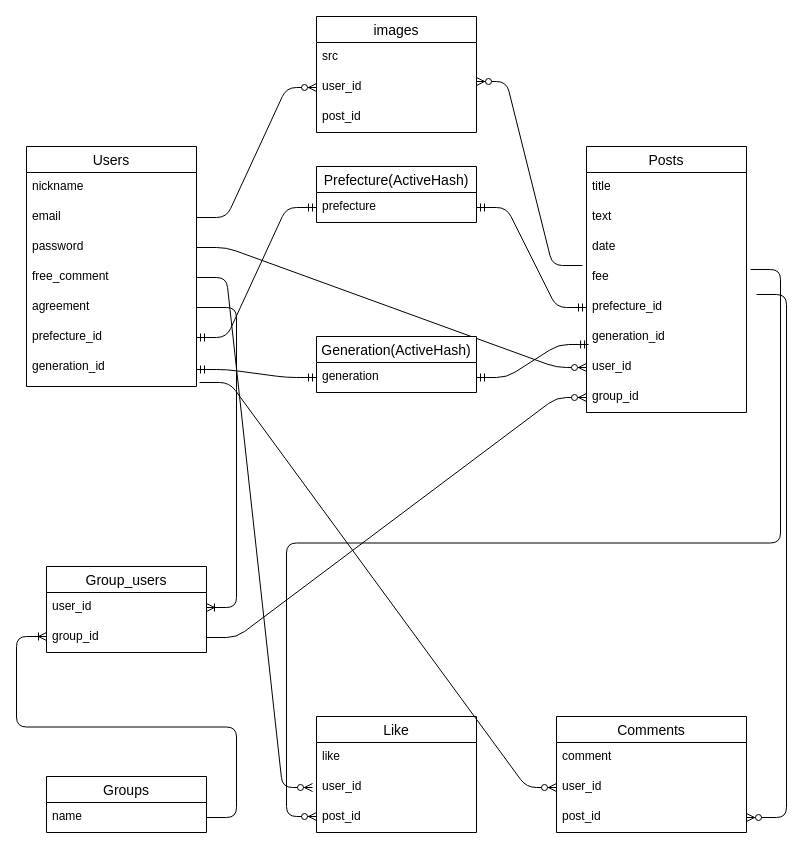
Shun-Hoso/jimokara_app keeps this draw.io diagram as er-drowing.dio. Above is the earlier version. Source tidied: cells renumbered, new cells numbered last; positions are measured from the earlier drawing's top-left corner, leaving out a move shared by most shapes. Both pictures are drawn from the tidied source at 100%, with x=0, y=0 at pixel (26, 16).
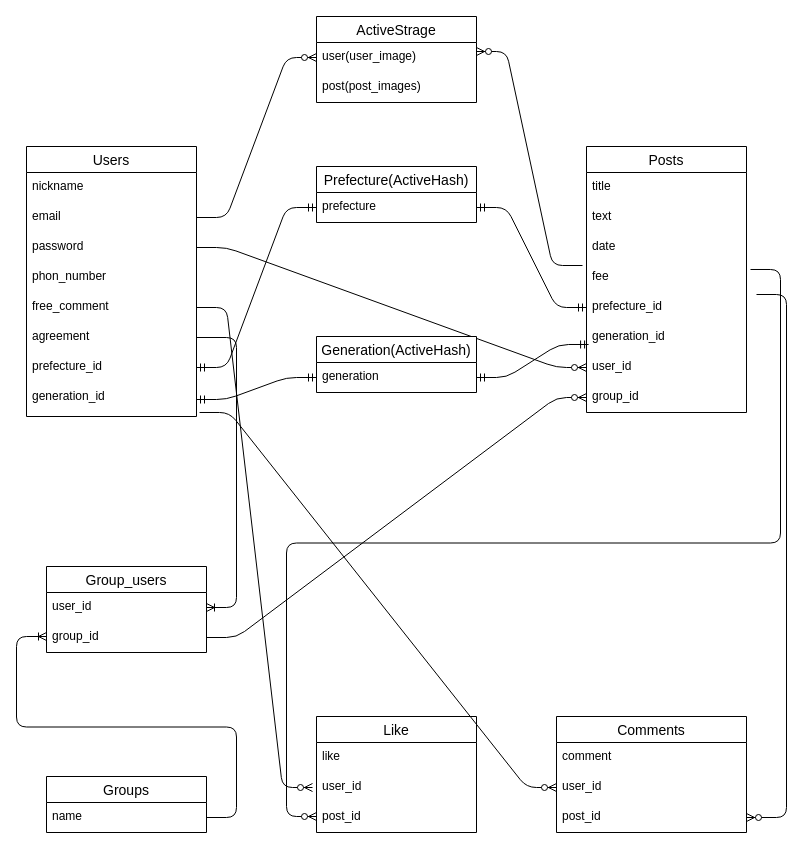
After the change.

Change to the diagram source:
```diff
@@
     <mxCell id="2" value="Users" style="swimlane;fontStyle=0;horizontal=1;startSize=26;align=center;fontSize=14;" parent="1" vertex="1">
-      <mxGeometry y="130" width="170" height="240" as="geometry" />
+      <mxGeometry y="130" width="170" height="270" as="geometry" />
     </mxCell>
@@
+    <mxCell id="54" value="phon_number&#10;" style="text;strokeColor=none;fillColor=none;spacingLeft=4;spacingRight=4;overflow=hidden;fontSize=12;" parent="2" vertex="1">
+      <mxGeometry y="116" width="170" height="30" as="geometry" />
+    </mxCell>
     <mxCell id="6" value="free_comment&#10;" style="text;strokeColor=none;fillColor=none;spacingLeft=4;spacingRight=4;overflow=hidden;points=[[0,0.5],[1,0.5]];portConstraint=eastwest;fontSize=12;" parent="2" vertex="1">
-      <mxGeometry y="116" width="170" height="30" as="geometry" />
+      <mxGeometry y="146" width="170" height="30" as="geometry" />
     </mxCell>
     <mxCell id="7" value="agreement&#10;" style="text;strokeColor=none;fillColor=none;spacingLeft=4;spacingRight=4;overflow=hidden;points=[[0,0.5],[1,0.5]];portConstraint=eastwest;fontSize=12;" parent="2" vertex="1">
-      <mxGeometry y="146" width="170" height="30" as="geometry" />
+      <mxGeometry y="176" width="170" height="30" as="geometry" />
     </mxCell>
     <mxCell id="8" value="prefecture_id" style="text;strokeColor=none;fillColor=none;spacingLeft=4;spacingRight=4;overflow=hidden;points=[[0,0.5],[1,0.5]];portConstraint=eastwest;fontSize=12;" parent="2" vertex="1">
-      <mxGeometry y="176" width="170" height="30" as="geometry" />
+      <mxGeometry y="206" width="170" height="30" as="geometry" />
     </mxCell>
     <mxCell id="9" value="generation_id" style="text;strokeColor=none;fillColor=none;spacingLeft=4;spacingRight=4;overflow=hidden;points=[[0,0.5],[1,0.5]];portConstraint=eastwest;fontSize=12;" parent="2" vertex="1">
-      <mxGeometry y="206" width="170" height="34" as="geometry" />
+      <mxGeometry y="236" width="170" height="34" as="geometry" />
     </mxCell>
@@
-    <mxCell id="34" value="images" style="swimlane;fontStyle=0;horizontal=1;startSize=26;align=center;fontSize=14;" parent="1" vertex="1">
-      <mxGeometry x="290" width="160" height="116" as="geometry" />
+    <mxCell id="34" value="ActiveStrage" style="swimlane;fontStyle=0;horizontal=1;startSize=26;align=center;fontSize=14;" parent="1" vertex="1">
+      <mxGeometry x="290" width="160" height="86" as="geometry" />
     </mxCell>
-    <mxCell id="35" value="src&#10;" style="text;strokeColor=none;fillColor=none;spacingLeft=4;spacingRight=4;overflow=hidden;fontSize=12;" parent="34" vertex="1">
-      <mxGeometry y="26" width="160" height="30" as="geometry" />
-    </mxCell>
-    <mxCell id="36" value="user_id&#10;" style="text;strokeColor=none;fillColor=none;spacingLeft=4;spacingRight=4;overflow=hidden;points=[[0,0.5],[1,0.5]];portConstraint=eastwest;fontSize=12;" parent="34" vertex="1">
-      <mxGeometry y="56" width="160" height="30" as="geometry" />
+    <mxCell id="36" value="user(user_image)&#10;&#10;" style="text;strokeColor=none;fillColor=none;spacingLeft=4;spacingRight=4;overflow=hidden;points=[[0,0.5],[1,0.5]];portConstraint=eastwest;fontSize=12;" parent="34" vertex="1">
+      <mxGeometry y="26" width="160" height="30" as="geometry" />
     </mxCell>
-    <mxCell id="37" value="post_id" style="text;strokeColor=none;fillColor=none;spacingLeft=4;spacingRight=4;overflow=hidden;fontSize=12;" parent="34" vertex="1">
-      <mxGeometry y="86" width="160" height="30" as="geometry" />
+    <mxCell id="37" value="post(post_images)" style="text;strokeColor=none;fillColor=none;spacingLeft=4;spacingRight=4;overflow=hidden;fontSize=12;" parent="34" vertex="1">
+      <mxGeometry y="56" width="160" height="30" as="geometry" />
     </mxCell>
```
